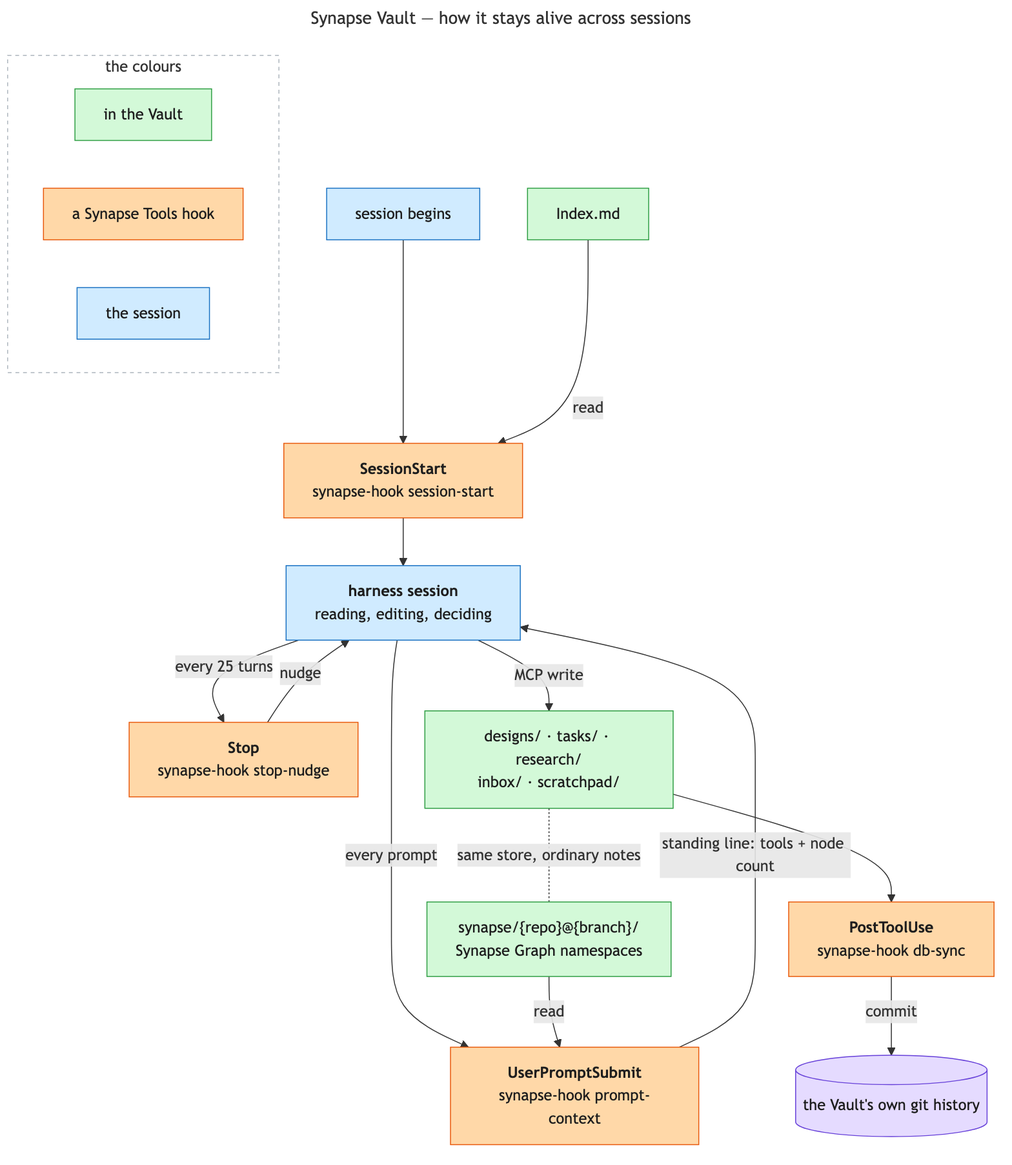
imunitic/synapse keeps this Mermaid diagram as docs/synapse/diagrams/synapse-vault-overview.png. Above is the earlier version. Its source is kept beside it as docs/synapse/diagrams/synapse-vault-overview.mmd.
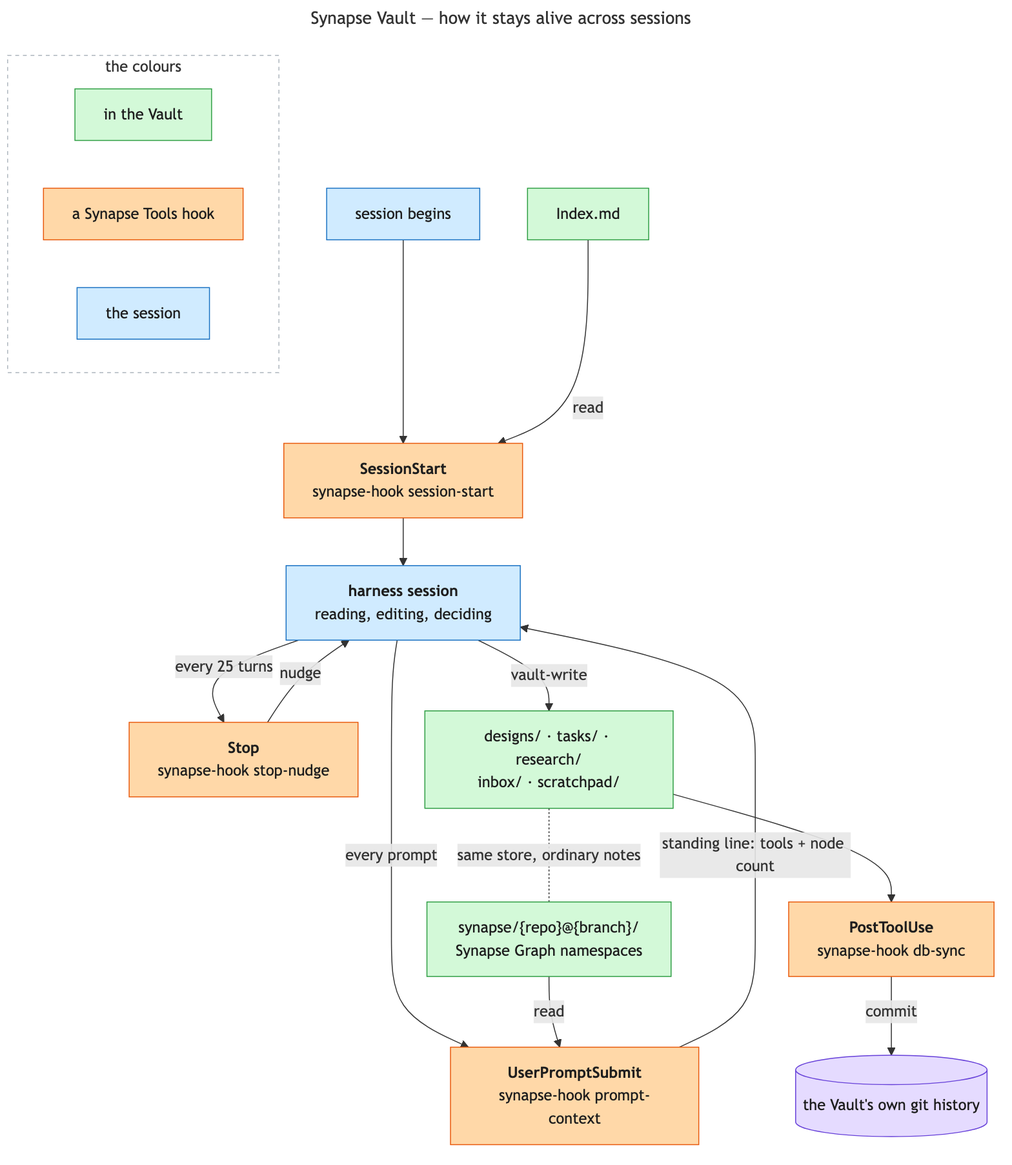
The same file after the commit.

Diff of the diagram source:
```diff
@@ -27,7 +27,7 @@
     WORK -->|"every prompt"| H4
     SYN -->|"read"| H4
     H4 -->|"standing line: tools + node count"| WORK
-    WORK -->|"MCP write"| FOLDERS
+    WORK -->|"vault-write"| FOLDERS
     FOLDERS --> H3
     H3 -->|"commit"| GIT
 
```
